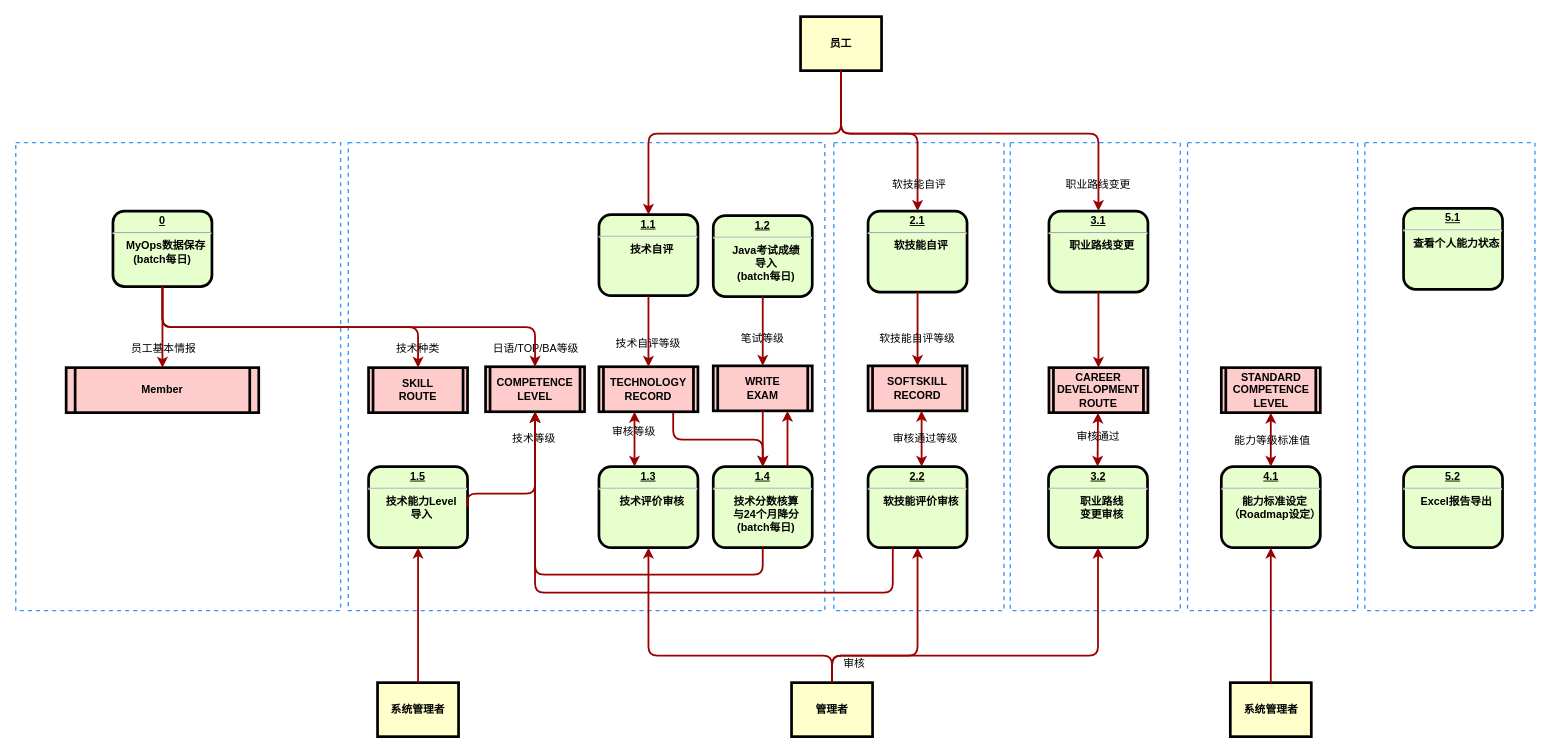
Earlier version of the draw.io diagram src/main/名称未設定ファイル.drawio (danferj/java_learn). Source tidied: cells renumbered, new cells numbered last; positions are measured from the earlier drawing's top-left corner, leaving out a move shared by most shapes. Both pictures are drawn from the tidied source at 90%, with x=0, y=0 at pixel (15, 16).
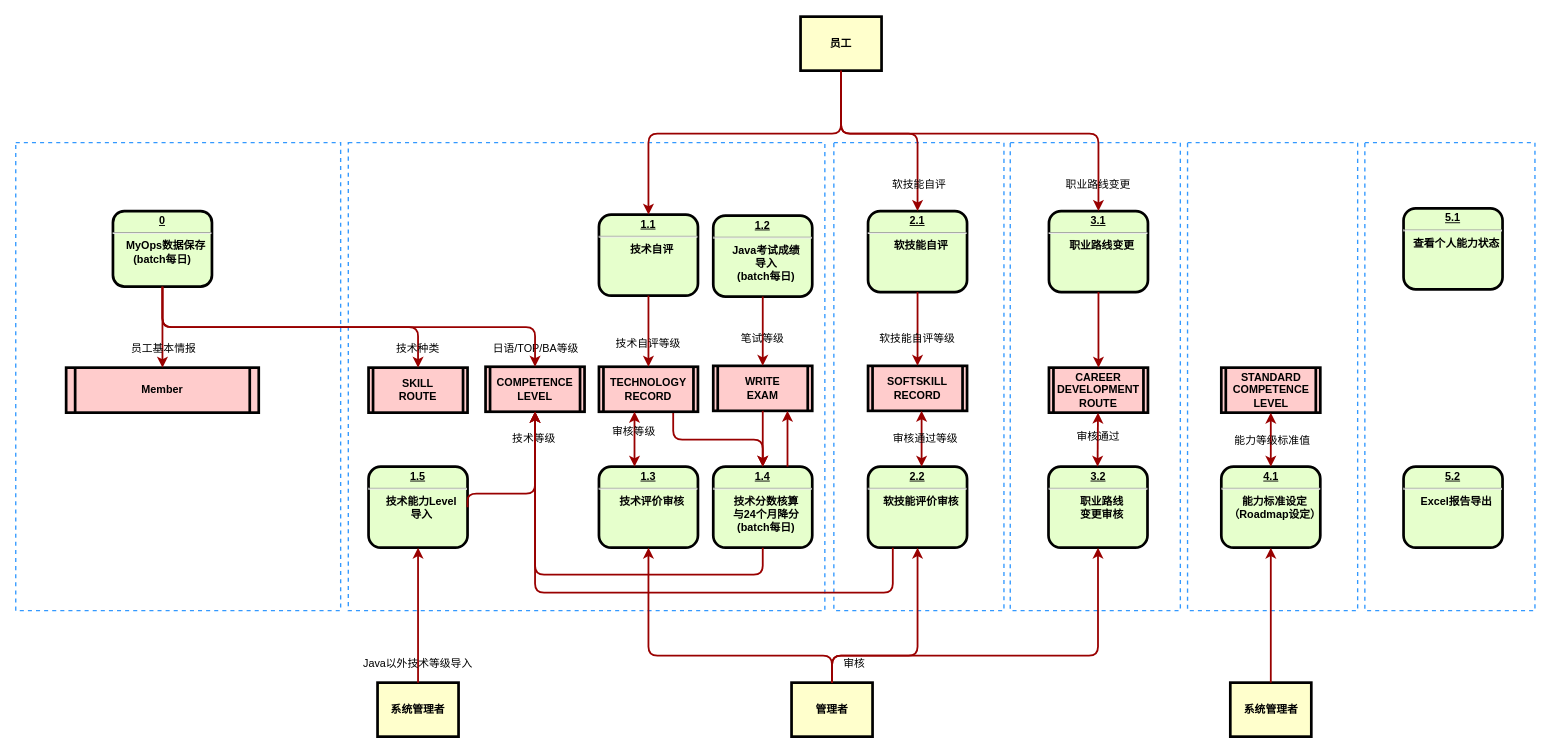
The same diagram, later.

Commit message:
名称未設定ファイル.drawio を更新します

What changed in the source:
```diff
@@
+    <mxCell id="73" value="Java以外技术等级导入" style="text;spacingTop=-5;align=center;" parent="1" vertex="1">
+      <mxGeometry x="432" y="710" width="30" height="20" as="geometry" />
+    </mxCell>
```
